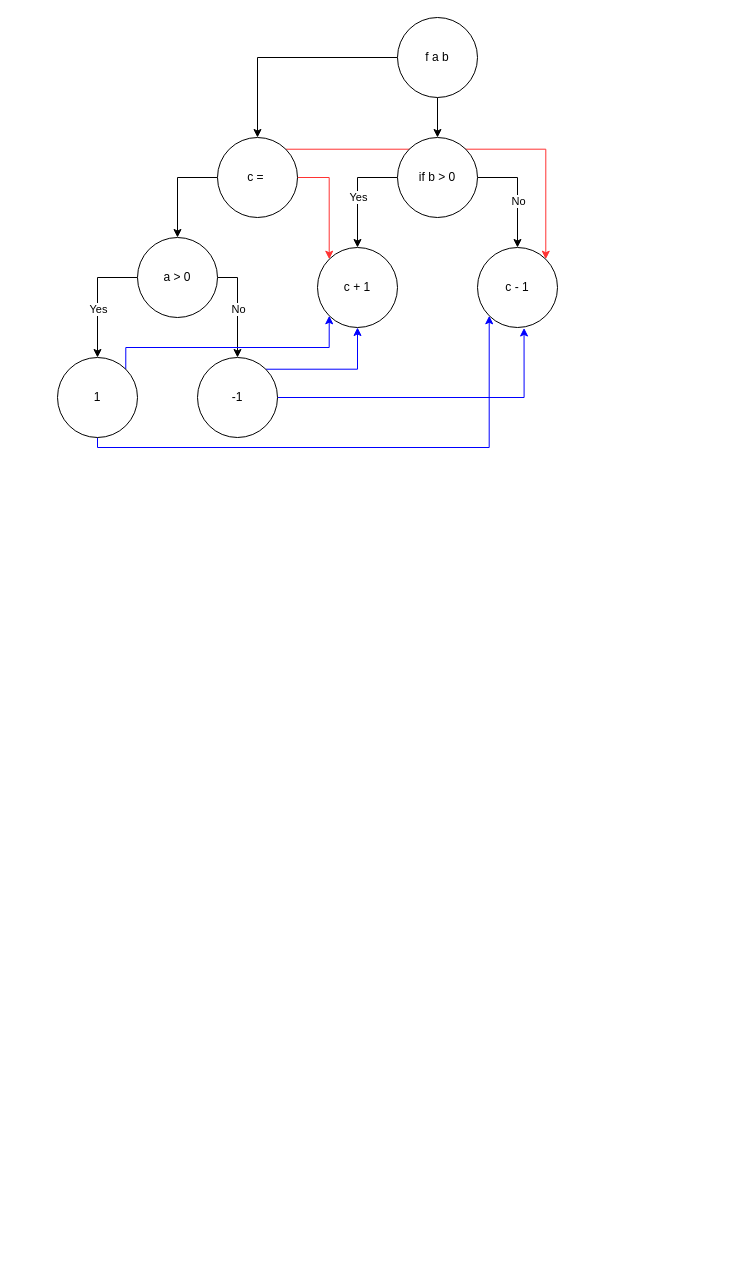
This is doc/DUEffect.drawio from moxeed/bug-riper, a draw.io file, before an edit. Source tidied: cells renumbered, new cells numbered last; positions are measured from the earlier drawing's top-left corner, leaving out a move shared by most shapes. Both pictures are drawn from the tidied source at 100%, with x=0, y=0 at pixel (57, 17).
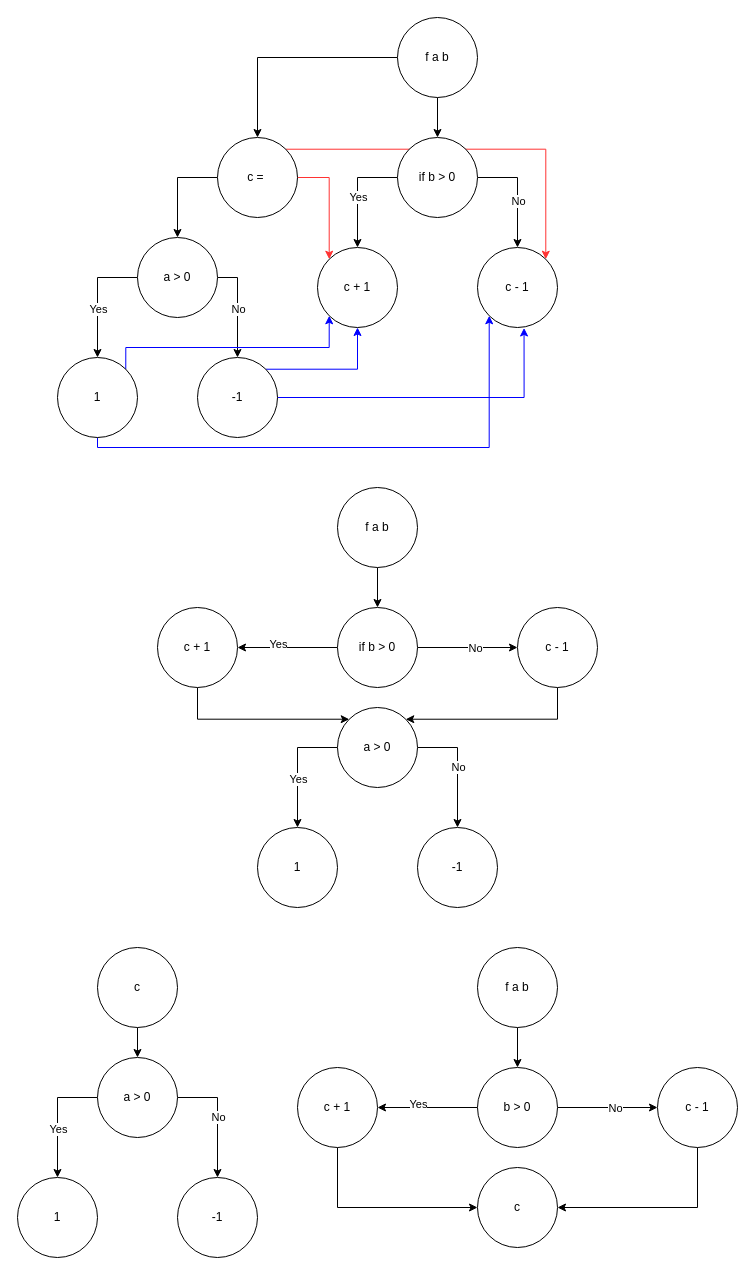
Above is the later version.

Diff of the diagram source:
```diff
@@
+    <mxCell id="27" style="edgeStyle=orthogonalEdgeStyle;rounded=0;jettySize=auto;html=1;exitX=0.5;exitY=1;exitDx=0;exitDy=0;" parent="1" edge="1" source="28" target="40">
+      <mxGeometry relative="1" as="geometry" />
+    </mxCell>
+    <mxCell id="28" value="f a b" style="ellipse;whiteSpace=wrap;html=1;" parent="1" vertex="1">
+      <mxGeometry x="280" y="470" width="80" height="80" as="geometry" />
+    </mxCell>
+    <mxCell id="29" style="edgeStyle=orthogonalEdgeStyle;rounded=0;jettySize=auto;html=1;exitX=0;exitY=0.5;exitDx=0;exitDy=0;" parent="1" edge="1" source="33" target="34">
+      <mxGeometry relative="1" as="geometry" />
+    </mxCell>
+    <mxCell id="30" value="Yes" style="edgeLabel;html=1;align=center;verticalAlign=middle;" parent="29" vertex="1">
+      <mxGeometry x="-0.22" y="-3" relative="1" as="geometry">
+        <mxPoint x="3" y="24" as="offset" />
+      </mxGeometry>
+    </mxCell>
+    <mxCell id="31" style="edgeStyle=orthogonalEdgeStyle;rounded=0;jettySize=auto;html=1;exitX=1;exitY=0.5;exitDx=0;exitDy=0;entryX=0.5;entryY=0;entryDx=0;entryDy=0;" parent="1" edge="1" source="33" target="35">
+      <mxGeometry relative="1" as="geometry" />
+    </mxCell>
+    <mxCell id="32" value="No" style="edgeLabel;html=1;align=center;verticalAlign=middle;" parent="31" vertex="1">
+      <mxGeometry x="-0.15" relative="1" as="geometry">
+        <mxPoint y="8" as="offset" />
+      </mxGeometry>
+    </mxCell>
+    <mxCell id="33" value="a &amp;gt; 0" style="ellipse;whiteSpace=wrap;html=1;" parent="1" vertex="1">
+      <mxGeometry x="280" y="690" width="80" height="80" as="geometry" />
+    </mxCell>
+    <mxCell id="34" value="1" style="ellipse;whiteSpace=wrap;html=1;" parent="1" vertex="1">
+      <mxGeometry x="200" y="810" width="80" height="80" as="geometry" />
+    </mxCell>
+    <mxCell id="35" value="-1" style="ellipse;whiteSpace=wrap;html=1;" parent="1" vertex="1">
+      <mxGeometry x="360" y="810" width="80" height="80" as="geometry" />
+    </mxCell>
+    <mxCell id="36" style="edgeStyle=orthogonalEdgeStyle;rounded=0;jettySize=auto;html=1;exitX=0;exitY=0.5;exitDx=0;exitDy=0;entryX=1;entryY=0.5;entryDx=0;entryDy=0;" parent="1" edge="1" source="40" target="42">
+      <mxGeometry relative="1" as="geometry" />
+    </mxCell>
+    <mxCell id="37" value="Yes" style="edgeLabel;html=1;align=center;verticalAlign=middle;" parent="36" vertex="1">
+      <mxGeometry x="0.17" y="1" relative="1" as="geometry">
+        <mxPoint x="-1" y="-5" as="offset" />
+      </mxGeometry>
+    </mxCell>
+    <mxCell id="38" style="edgeStyle=orthogonalEdgeStyle;rounded=0;jettySize=auto;html=1;exitX=1;exitY=0.5;exitDx=0;exitDy=0;entryX=0;entryY=0.5;entryDx=0;entryDy=0;" parent="1" edge="1" source="40" target="44">
+      <mxGeometry relative="1" as="geometry" />
+    </mxCell>
+    <mxCell id="39" value="No" style="edgeLabel;html=1;align=center;verticalAlign=middle;" parent="38" vertex="1">
+      <mxGeometry x="0.14" relative="1" as="geometry" />
+    </mxCell>
+    <mxCell id="40" value="if b &amp;gt; 0" style="ellipse;whiteSpace=wrap;html=1;" parent="1" vertex="1">
+      <mxGeometry x="280" y="590" width="80" height="80" as="geometry" />
+    </mxCell>
+    <mxCell id="41" style="edgeStyle=orthogonalEdgeStyle;rounded=0;jettySize=auto;html=1;exitX=0.5;exitY=1;exitDx=0;exitDy=0;entryX=0;entryY=0;entryDx=0;entryDy=0;" parent="1" edge="1" source="42" target="33">
+      <mxGeometry relative="1" as="geometry">
+        <Array as="points">
+          <mxPoint x="140" y="702" />
+        </Array>
+      </mxGeometry>
+    </mxCell>
+    <mxCell id="42" value="c + 1" style="ellipse;whiteSpace=wrap;html=1;" parent="1" vertex="1">
+      <mxGeometry x="100" y="590" width="80" height="80" as="geometry" />
+    </mxCell>
+    <mxCell id="43" style="edgeStyle=orthogonalEdgeStyle;rounded=0;jettySize=auto;html=1;exitX=0.5;exitY=1;exitDx=0;exitDy=0;entryX=1;entryY=0;entryDx=0;entryDy=0;" parent="1" edge="1" source="44" target="33">
+      <mxGeometry relative="1" as="geometry">
+        <Array as="points">
+          <mxPoint x="500" y="702" />
+        </Array>
+      </mxGeometry>
+    </mxCell>
+    <mxCell id="44" value="c - 1" style="ellipse;whiteSpace=wrap;html=1;" parent="1" vertex="1">
+      <mxGeometry x="460" y="590" width="80" height="80" as="geometry" />
+    </mxCell>
+    <mxCell id="45" style="edgeStyle=orthogonalEdgeStyle;rounded=0;jettySize=auto;html=1;exitX=0.5;exitY=1;exitDx=0;exitDy=0;" parent="1" edge="1" source="46" target="52">
+      <mxGeometry relative="1" as="geometry" />
+    </mxCell>
+    <mxCell id="46" value="f a b" style="ellipse;whiteSpace=wrap;html=1;" parent="1" vertex="1">
+      <mxGeometry x="420" y="930" width="80" height="80" as="geometry" />
+    </mxCell>
+    <mxCell id="47" value="c" style="ellipse;whiteSpace=wrap;html=1;" parent="1" vertex="1">
+      <mxGeometry x="420" y="1150" width="80" height="80" as="geometry" />
+    </mxCell>
+    <mxCell id="48" style="edgeStyle=orthogonalEdgeStyle;rounded=0;jettySize=auto;html=1;exitX=0;exitY=0.5;exitDx=0;exitDy=0;entryX=1;entryY=0.5;entryDx=0;entryDy=0;" parent="1" edge="1" source="52" target="54">
+      <mxGeometry relative="1" as="geometry" />
+    </mxCell>
+    <mxCell id="49" value="Yes" style="edgeLabel;html=1;align=center;verticalAlign=middle;" parent="48" vertex="1">
+      <mxGeometry x="0.17" y="1" relative="1" as="geometry">
+        <mxPoint x="-1" y="-5" as="offset" />
+      </mxGeometry>
+    </mxCell>
+    <mxCell id="50" style="edgeStyle=orthogonalEdgeStyle;rounded=0;jettySize=auto;html=1;exitX=1;exitY=0.5;exitDx=0;exitDy=0;entryX=0;entryY=0.5;entryDx=0;entryDy=0;" parent="1" edge="1" source="52" target="56">
+      <mxGeometry relative="1" as="geometry" />
+    </mxCell>
+    <mxCell id="51" value="No" style="edgeLabel;html=1;align=center;verticalAlign=middle;" parent="50" vertex="1">
+      <mxGeometry x="0.14" relative="1" as="geometry" />
+    </mxCell>
+    <mxCell id="52" value="b &amp;gt; 0" style="ellipse;whiteSpace=wrap;html=1;" parent="1" vertex="1">
+      <mxGeometry x="420" y="1050" width="80" height="80" as="geometry" />
+    </mxCell>
+    <mxCell id="53" style="edgeStyle=orthogonalEdgeStyle;rounded=0;jettySize=auto;html=1;exitX=0.5;exitY=1;exitDx=0;exitDy=0;entryX=0;entryY=0.5;entryDx=0;entryDy=0;" parent="1" edge="1" source="54" target="47">
+      <mxGeometry relative="1" as="geometry">
+        <Array as="points">
+          <mxPoint x="280" y="1190" />
+        </Array>
+      </mxGeometry>
+    </mxCell>
+    <mxCell id="54" value="c + 1" style="ellipse;whiteSpace=wrap;html=1;" parent="1" vertex="1">
+      <mxGeometry x="240" y="1050" width="80" height="80" as="geometry" />
+    </mxCell>
+    <mxCell id="55" style="edgeStyle=orthogonalEdgeStyle;rounded=0;jettySize=auto;html=1;exitX=0.5;exitY=1;exitDx=0;exitDy=0;entryX=1;entryY=0.5;entryDx=0;entryDy=0;" parent="1" edge="1" source="56" target="47">
+      <mxGeometry relative="1" as="geometry">
+        <Array as="points">
+          <mxPoint x="640" y="1190" />
+        </Array>
+      </mxGeometry>
+    </mxCell>
+    <mxCell id="56" value="c - 1" style="ellipse;whiteSpace=wrap;html=1;" parent="1" vertex="1">
+      <mxGeometry x="600" y="1050" width="80" height="80" as="geometry" />
+    </mxCell>
+    <mxCell id="57" style="edgeStyle=orthogonalEdgeStyle;rounded=0;jettySize=auto;html=1;exitX=0;exitY=0.5;exitDx=0;exitDy=0;" parent="1" edge="1" source="61" target="62">
+      <mxGeometry relative="1" as="geometry" />
+    </mxCell>
+    <mxCell id="58" value="Yes" style="edgeLabel;html=1;align=center;verticalAlign=middle;" parent="57" vertex="1">
+      <mxGeometry x="-0.22" y="-3" relative="1" as="geometry">
+        <mxPoint x="3" y="24" as="offset" />
+      </mxGeometry>
+    </mxCell>
+    <mxCell id="59" style="edgeStyle=orthogonalEdgeStyle;rounded=0;jettySize=auto;html=1;exitX=1;exitY=0.5;exitDx=0;exitDy=0;entryX=0.5;entryY=0;entryDx=0;entryDy=0;" parent="1" edge="1" source="61" target="63">
+      <mxGeometry relative="1" as="geometry" />
+    </mxCell>
+    <mxCell id="60" value="No" style="edgeLabel;html=1;align=center;verticalAlign=middle;" parent="59" vertex="1">
+      <mxGeometry x="-0.15" relative="1" as="geometry">
+        <mxPoint y="8" as="offset" />
+      </mxGeometry>
+    </mxCell>
+    <mxCell id="61" value="a &amp;gt; 0" style="ellipse;whiteSpace=wrap;html=1;" parent="1" vertex="1">
+      <mxGeometry x="40" y="1040" width="80" height="80" as="geometry" />
+    </mxCell>
+    <mxCell id="62" value="1" style="ellipse;whiteSpace=wrap;html=1;" parent="1" vertex="1">
+      <mxGeometry x="-40" y="1160" width="80" height="80" as="geometry" />
+    </mxCell>
+    <mxCell id="63" value="-1" style="ellipse;whiteSpace=wrap;html=1;" parent="1" vertex="1">
+      <mxGeometry x="120" y="1160" width="80" height="80" as="geometry" />
+    </mxCell>
+    <mxCell id="64" style="edgeStyle=orthogonalEdgeStyle;rounded=0;jettySize=auto;html=1;exitX=0.5;exitY=1;exitDx=0;exitDy=0;entryX=0.5;entryY=0;entryDx=0;entryDy=0;" parent="1" edge="1" source="65" target="61">
+      <mxGeometry relative="1" as="geometry" />
+    </mxCell>
+    <mxCell id="65" value="c" style="ellipse;whiteSpace=wrap;html=1;" parent="1" vertex="1">
+      <mxGeometry x="40" y="930" width="80" height="80" as="geometry" />
+    </mxCell>
```
